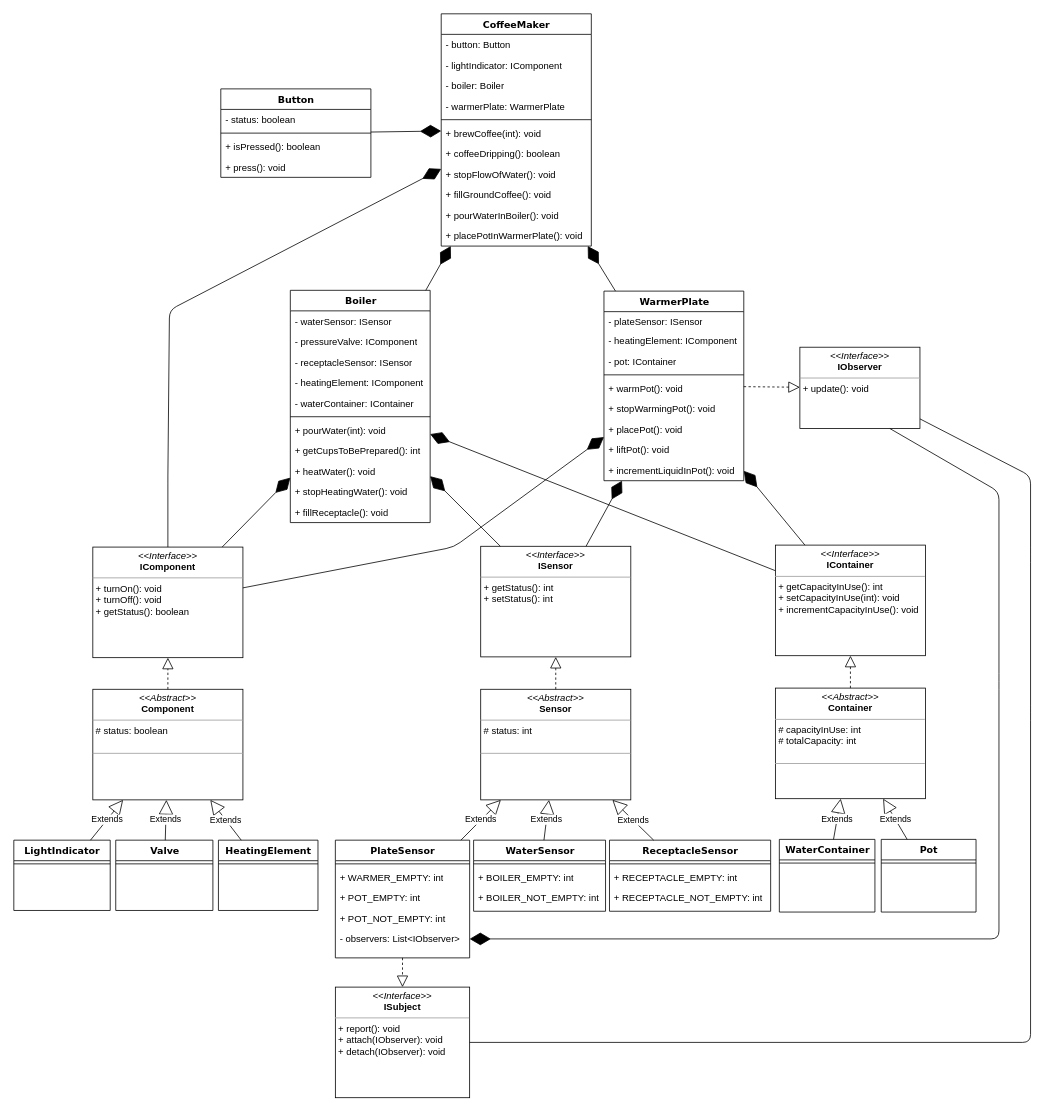
This is Resources/CoffeeMaker.drawio from aburgosu/CoffeeMaker-JAM, a draw.io file, before an edit. Source tidied: cells renumbered, new cells numbered last; positions are measured from the earlier drawing's top-left corner, leaving out a move shared by most shapes. Both pictures are drawn from the tidied source at 79%, with x=0, y=0 at pixel (13, 13).
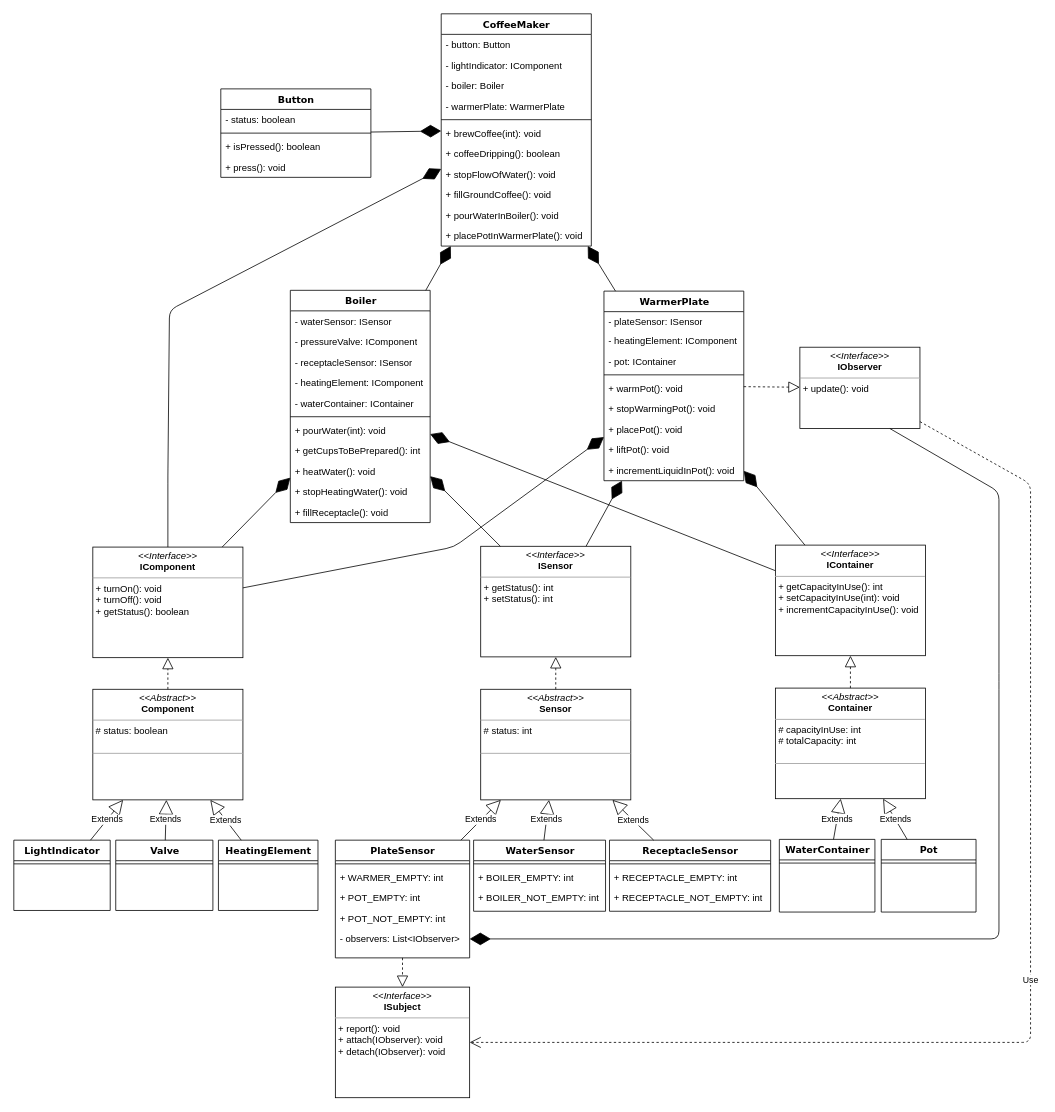
The same page after the edit.

Commit message (it also covers changes not shown here):
Class diagram relationships arrows fixes

Unchanged cells that the change refers to:
```xml
<mxCell id="89" value="&lt;p style=&quot;margin: 0px ; margin-top: 4px ; text-align: center&quot;&gt;&lt;i&gt;&amp;lt;&amp;lt;Interface&amp;gt;&amp;gt;&lt;/i&gt;&lt;br&gt;&lt;b&gt;ISubject&lt;/b&gt;&lt;/p&gt;&lt;hr size=&quot;1&quot;&gt;&lt;p style=&quot;margin: 0px ; margin-left: 4px&quot;&gt;&lt;/p&gt;&lt;p style=&quot;margin: 0px ; margin-left: 4px&quot;&gt;+ report(): void&lt;/p&gt;&lt;p style=&quot;margin: 0px ; margin-left: 4px&quot;&gt;+ attach(IObserver): void&lt;/p&gt;&lt;p style=&quot;margin: 0px ; margin-left: 4px&quot;&gt;+ detach(IObserver): void&lt;/p&gt;&lt;br&gt;" style="verticalAlign=top;align=left;overflow=fill;fontSize=12;fontFamily=Helvetica;html=1;rounded=0;shadow=0;comic=0;labelBackgroundColor=none;strokeColor=#000000;strokeWidth=1;fillColor=#ffffff;" parent="1" vertex="1">
  <mxGeometry x="407" y="1232" width="170" height="140" as="geometry" />
</mxCell>
<mxCell id="90" value="&lt;p style=&quot;margin: 0px ; margin-top: 4px ; text-align: center&quot;&gt;&lt;i&gt;&amp;lt;&amp;lt;Interface&amp;gt;&amp;gt;&lt;/i&gt;&lt;br&gt;&lt;b&gt;IObserver&lt;/b&gt;&lt;/p&gt;&lt;hr size=&quot;1&quot;&gt;&lt;p style=&quot;margin: 0px ; margin-left: 4px&quot;&gt;&lt;/p&gt;&lt;p style=&quot;margin: 0px ; margin-left: 4px&quot;&gt;&lt;span&gt;+ update(): void&lt;/span&gt;&lt;br&gt;&lt;/p&gt;" style="verticalAlign=top;align=left;overflow=fill;fontSize=12;fontFamily=Helvetica;html=1;rounded=0;shadow=0;comic=0;labelBackgroundColor=none;strokeColor=#000000;strokeWidth=1;fillColor=#ffffff;" parent="1" vertex="1">
  <mxGeometry x="995" y="422" width="152" height="103" as="geometry" />
</mxCell>
```

Change to the diagram source:
```diff
@@
-    <mxCell id="92" style="endArrow=none;html=1;" parent="1" edge="1" source="89" target="90">
-      <mxGeometry relative="1" as="geometry">
-        <Array as="points">
-          <mxPoint x="1287" y="1302" />
-          <mxPoint x="1287" y="885" />
-          <mxPoint x="1287" y="685" />
-          <mxPoint x="1287" y="585" />
-        </Array>
-      </mxGeometry>
-    </mxCell>
@@
+    <mxCell id="98" value="Use" style="endArrow=open;endSize=12;dashed=1;html=1;" parent="1" edge="1" source="90" target="89">
+      <mxGeometry relative="1" as="geometry">
+        <Array as="points">
+          <mxPoint x="1287" y="595" />
+          <mxPoint x="1287" y="1302" />
+        </Array>
+      </mxGeometry>
+    </mxCell>
```
